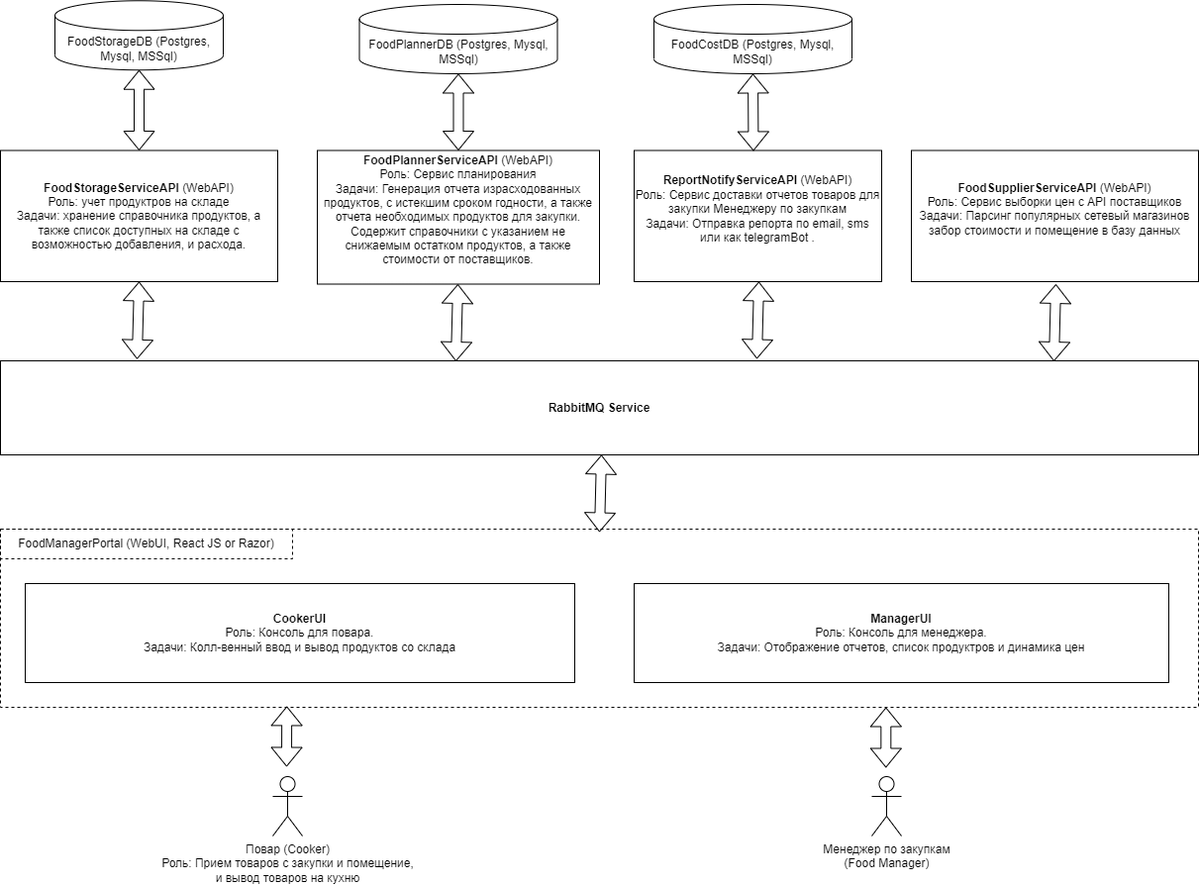
Earlier version of the draw.io export docs/food-manager.png (otusroom5/food-manager). Source tidied: cells renumbered, new cells last; positions are measured from the earlier drawing's top-left corner, leaving out a move shared by most shapes. Its diagram source:
```xml
<mxGraphModel>
  <root>
    <mxCell id="0" />
    <mxCell id="1" parent="0" />
    <mxCell id="2" value="FoodStorageDB (Postgres, Mysql, MSSql)" style="shape=cylinder3;whiteSpace=wrap;html=1;boundedLbl=1;backgroundOutline=1;size=15;" parent="1" vertex="1">
      <mxGeometry x="55" y="0.2" width="170" height="70" as="geometry" />
    </mxCell>
    <mxCell id="3" value="&lt;b&gt;FoodStorageServiceAPI&amp;nbsp;&lt;/b&gt;(WebAPI)&lt;br&gt;Роль: учет продуктров на складе&lt;br&gt;Задачи: хранение справочника продуктов, а также список доступных на складе с возможностью добавления, и расхода." style="rounded=0;whiteSpace=wrap;html=1;" parent="1" vertex="1">
      <mxGeometry y="151.5" width="280" height="132.5" as="geometry" />
    </mxCell>
    <mxCell id="4" value="&lt;b&gt;FoodPlannerServiceAPI&lt;/b&gt; (WebAPI)&lt;br&gt;Роль: Сервис планирования&lt;br&gt;Задачи: Генерация отчета израсходованных продуктов, c истекшим сроком годности, а также отчета необходимых продуктов для закупки. Содержит справочники с указанием не снижаемым остатком продуктов, а также стоимости от поставщиков.&lt;br&gt;&amp;nbsp;" style="rounded=0;whiteSpace=wrap;html=1;" parent="1" vertex="1">
      <mxGeometry x="320" y="151.5" width="285" height="135" as="geometry" />
    </mxCell>
    <mxCell id="5" value="Повар (Cooker)&lt;br&gt;Роль: Прием товаров с закупки и помещение, &lt;br&gt;и вывод товаров на кухню" style="shape=umlActor;verticalLabelPosition=bottom;verticalAlign=top;html=1;" parent="1" vertex="1">
      <mxGeometry x="275" y="784" width="30" height="60" as="geometry" />
    </mxCell>
    <mxCell id="6" value="Менеджер по закупкам&lt;br&gt;(Food Manager)" style="shape=umlActor;verticalLabelPosition=bottom;verticalAlign=top;html=1;" parent="1" vertex="1">
      <mxGeometry x="880" y="784" width="30" height="60" as="geometry" />
    </mxCell>
    <mxCell id="7" value="&lt;b&gt;ReportNotifyServiceAPI&lt;/b&gt;&amp;nbsp;(WebAPI)&lt;br&gt;Роль: Сервис доставки отчетов товаров для закупки Менеджеру по закупкам&lt;br&gt;Задачи: Отправка репорта по email, sms или как telegramBot .&lt;br&gt;&amp;nbsp;" style="rounded=0;whiteSpace=wrap;html=1;" parent="1" vertex="1">
      <mxGeometry x="640" y="151.5" width="250" height="132.5" as="geometry" />
    </mxCell>
    <mxCell id="8" style="shape=flexArrow;endArrow=classic;startArrow=classic;html=1;rounded=0;entryX=0.5;entryY=1;entryDx=0;entryDy=0;entryPerimeter=0;exitX=0.5;exitY=0;exitDx=0;exitDy=0;" parent="1" edge="1" source="3" target="2">
      <mxGeometry relative="1" as="geometry" />
    </mxCell>
    <mxCell id="9" value="FoodPlannerDB (Postgres, Mysql, MSSql)" style="shape=cylinder3;whiteSpace=wrap;html=1;boundedLbl=1;backgroundOutline=1;size=15;" parent="1" vertex="1">
      <mxGeometry x="362.5" y="4" width="200" height="70" as="geometry" />
    </mxCell>
    <mxCell id="10" style="shape=flexArrow;endArrow=classic;startArrow=classic;html=1;rounded=0;entryX=0.5;entryY=1;entryDx=0;entryDy=0;entryPerimeter=0;" parent="1" edge="1" source="4" target="9">
      <mxGeometry relative="1" as="geometry" />
    </mxCell>
    <mxCell id="11" style="rounded=0;whiteSpace=wrap;html=1;dashed=1;" parent="1" vertex="1">
      <mxGeometry y="534" width="1210" height="180" as="geometry" />
    </mxCell>
    <mxCell id="12" value="&lt;b&gt;CookerUI&lt;/b&gt;&lt;br&gt;Роль: Консоль для повара.&lt;br&gt;Задачи: Колл-венный ввод и вывод продуктов со склада" style="rounded=0;whiteSpace=wrap;html=1;" parent="1" vertex="1">
      <mxGeometry x="25" y="589" width="555" height="100" as="geometry" />
    </mxCell>
    <mxCell id="13" value="&lt;b&gt;ManagerUI&lt;/b&gt;&lt;br&gt;Роль: Консоль для менеджера.&lt;br&gt;Задачи: Отображение отчетов, список продуктров и динамика цен" style="rounded=0;whiteSpace=wrap;html=1;" parent="1" vertex="1">
      <mxGeometry x="640" y="589" width="540" height="100" as="geometry" />
    </mxCell>
    <mxCell id="14" value="FoodManagerPortal (WebUI, React JS or Razor)" style="text;html=1;strokeColor=default;fillColor=none;align=center;verticalAlign=middle;whiteSpace=wrap;rounded=0;dashed=1;" parent="1" vertex="1">
      <mxGeometry y="534" width="295" height="30" as="geometry" />
    </mxCell>
    <mxCell id="15" value="&lt;b&gt;FoodSupplierServiceAPI&lt;/b&gt; (WebAPI)&lt;br&gt;Роль: Сервис выборки цен с API поставщиков&lt;br&gt;Задачи: Парсинг популярных сетевый магазинов забор стоимости и помещение в базу данных&lt;br&gt;&amp;nbsp;" style="rounded=0;whiteSpace=wrap;html=1;" parent="1" vertex="1">
      <mxGeometry x="920" y="151.5" width="290" height="132.5" as="geometry" />
    </mxCell>
    <mxCell id="16" value="FoodCostDB (Postgres, Mysql, MSSql)" style="shape=cylinder3;whiteSpace=wrap;html=1;boundedLbl=1;backgroundOutline=1;size=15;" parent="1" vertex="1">
      <mxGeometry x="660" y="4" width="200" height="70" as="geometry" />
    </mxCell>
    <mxCell id="17" style="shape=flexArrow;endArrow=classic;startArrow=classic;html=1;rounded=0;entryX=0.5;entryY=1;entryDx=0;entryDy=0;entryPerimeter=0;" parent="1" edge="1" target="16">
      <mxGeometry relative="1" as="geometry">
        <mxPoint x="760.5" y="152" as="sourcePoint" />
      </mxGeometry>
    </mxCell>
    <mxCell id="18" value="&lt;b&gt;RabbitMQ Service&lt;br&gt;&lt;/b&gt;" style="rounded=0;whiteSpace=wrap;html=1;" parent="1" vertex="1">
      <mxGeometry y="364" width="1210" height="95" as="geometry" />
    </mxCell>
    <mxCell id="19" style="shape=flexArrow;endArrow=classic;startArrow=classic;html=1;rounded=0;exitX=0.114;exitY=-0.018;exitDx=0;exitDy=0;exitPerimeter=0;" parent="1" edge="1" source="18">
      <mxGeometry relative="1" as="geometry">
        <mxPoint x="140" y="284" as="targetPoint" />
      </mxGeometry>
    </mxCell>
    <mxCell id="20" style="shape=flexArrow;endArrow=classic;startArrow=classic;html=1;rounded=0;exitX=0.114;exitY=-0.018;exitDx=0;exitDy=0;exitPerimeter=0;" parent="1" edge="1">
      <mxGeometry relative="1" as="geometry">
        <mxPoint x="460" y="364.5" as="sourcePoint" />
        <mxPoint x="462" y="286.5" as="targetPoint" />
      </mxGeometry>
    </mxCell>
    <mxCell id="21" style="shape=flexArrow;endArrow=classic;startArrow=classic;html=1;rounded=0;exitX=0.114;exitY=-0.018;exitDx=0;exitDy=0;exitPerimeter=0;" parent="1" edge="1">
      <mxGeometry relative="1" as="geometry">
        <mxPoint x="764" y="362" as="sourcePoint" />
        <mxPoint x="766" y="284" as="targetPoint" />
      </mxGeometry>
    </mxCell>
    <mxCell id="22" style="shape=flexArrow;endArrow=classic;startArrow=classic;html=1;rounded=0;exitX=0.114;exitY=-0.018;exitDx=0;exitDy=0;exitPerimeter=0;" parent="1" edge="1">
      <mxGeometry relative="1" as="geometry">
        <mxPoint x="1064" y="364.5" as="sourcePoint" />
        <mxPoint x="1066" y="286.5" as="targetPoint" />
      </mxGeometry>
    </mxCell>
    <mxCell id="23" style="shape=flexArrow;endArrow=classic;startArrow=classic;html=1;rounded=0;exitX=0.114;exitY=-0.018;exitDx=0;exitDy=0;exitPerimeter=0;" parent="1" edge="1">
      <mxGeometry relative="1" as="geometry">
        <mxPoint x="605" y="537" as="sourcePoint" />
        <mxPoint x="607" y="459" as="targetPoint" />
      </mxGeometry>
    </mxCell>
    <mxCell id="24" style="shape=flexArrow;endArrow=classic;startArrow=classic;html=1;rounded=0;entryX=0.239;entryY=0.994;entryDx=0;entryDy=0;entryPerimeter=0;" parent="1" edge="1" target="11">
      <mxGeometry relative="1" as="geometry">
        <mxPoint x="289" y="774" as="sourcePoint" />
      </mxGeometry>
    </mxCell>
    <mxCell id="25" style="shape=flexArrow;endArrow=classic;startArrow=classic;html=1;rounded=0;entryX=0.239;entryY=0.994;entryDx=0;entryDy=0;entryPerimeter=0;" parent="1" edge="1">
      <mxGeometry relative="1" as="geometry">
        <mxPoint x="894.3" y="775" as="sourcePoint" />
        <mxPoint x="894.3" y="714" as="targetPoint" />
      </mxGeometry>
    </mxCell>
  </root>
</mxGraphModel>
```
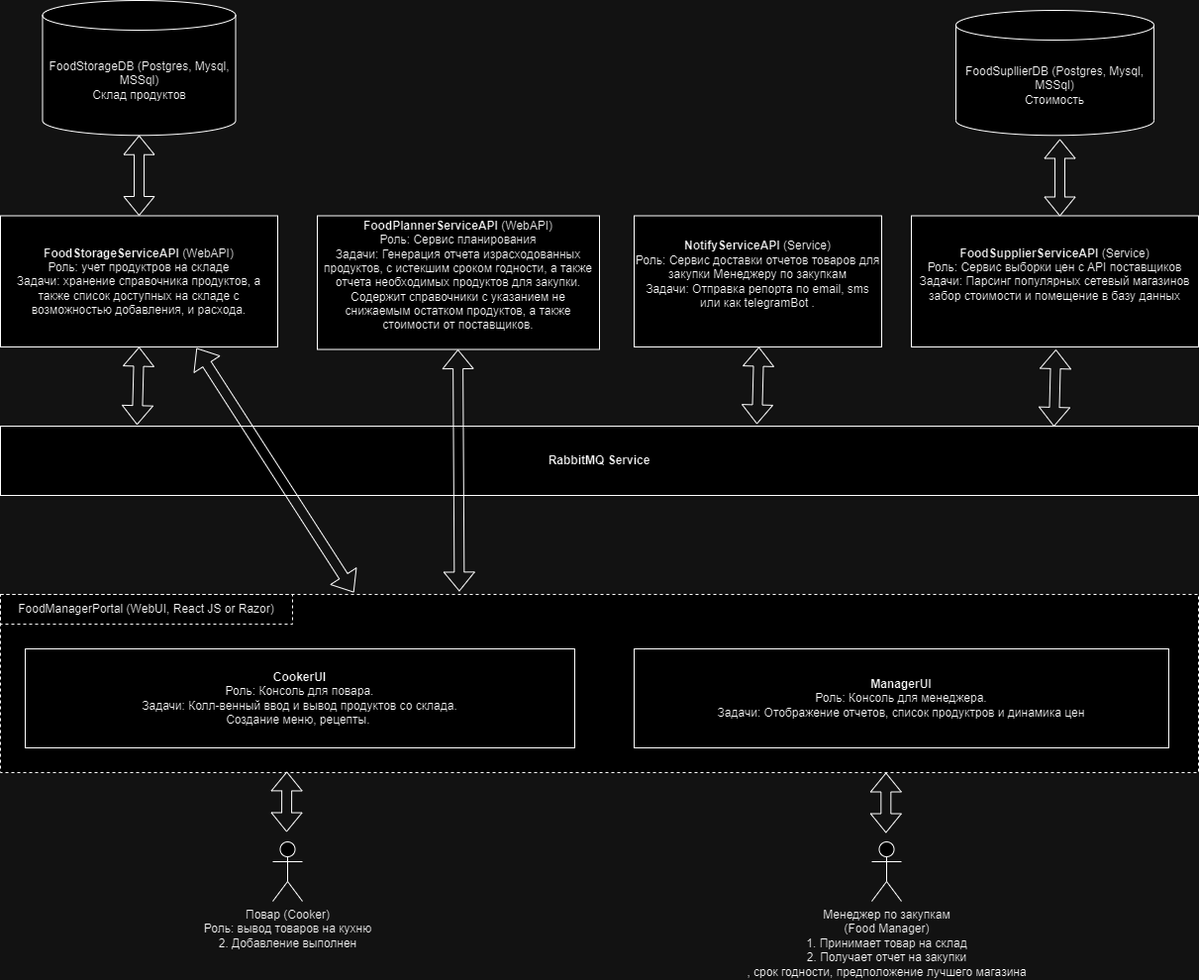
Later version of the same file.

Commit message:
Updated food-manager picture

Change to the diagram source:
```diff
@@ -2,8 +2,8 @@
   <root>
     <mxCell id="0" />
     <mxCell id="1" parent="0" />
-    <mxCell id="2" value="FoodStorageDB (Postgres, Mysql, MSSql)" style="shape=cylinder3;whiteSpace=wrap;html=1;boundedLbl=1;backgroundOutline=1;size=15;" parent="1" vertex="1">
-      <mxGeometry x="55" y="0.2" width="170" height="70" as="geometry" />
+    <mxCell id="2" value="FoodStorageDB (Postgres, Mysql, MSSql)&lt;br&gt;Склад продуктов" style="shape=cylinder3;whiteSpace=wrap;html=1;boundedLbl=1;backgroundOutline=1;size=15;" parent="1" vertex="1">
+      <mxGeometry x="42.5" y="-66" width="195" height="136.2" as="geometry" />
     </mxCell>
     <mxCell id="3" value="&lt;b&gt;FoodStorageServiceAPI&amp;nbsp;&lt;/b&gt;(WebAPI)&lt;br&gt;Роль: учет продуктров на складе&lt;br&gt;Задачи: хранение справочника продуктов, а также список доступных на складе с возможностью добавления, и расхода." style="rounded=0;whiteSpace=wrap;html=1;" parent="1" vertex="1">
       <mxGeometry y="151.5" width="280" height="132.5" as="geometry" />
@@ -11,28 +11,22 @@
     <mxCell id="4" value="&lt;b&gt;FoodPlannerServiceAPI&lt;/b&gt; (WebAPI)&lt;br&gt;Роль: Сервис планирования&lt;br&gt;Задачи: Генерация отчета израсходованных продуктов, c истекшим сроком годности, а также отчета необходимых продуктов для закупки. Содержит справочники с указанием не снижаемым остатком продуктов, а также стоимости от поставщиков.&lt;br&gt;&amp;nbsp;" style="rounded=0;whiteSpace=wrap;html=1;" parent="1" vertex="1">
       <mxGeometry x="320" y="151.5" width="285" height="135" as="geometry" />
     </mxCell>
-    <mxCell id="5" value="Повар (Cooker)&lt;br&gt;Роль: Прием товаров с закупки и помещение, &lt;br&gt;и вывод товаров на кухню" style="shape=umlActor;verticalLabelPosition=bottom;verticalAlign=top;html=1;" parent="1" vertex="1">
+    <mxCell id="5" value="Повар (Cooker)&lt;br&gt;Роль: вывод товаров на кухню&lt;br&gt;2. Добавление выполнен" style="shape=umlActor;verticalLabelPosition=bottom;verticalAlign=top;html=1;" parent="1" vertex="1">
       <mxGeometry x="275" y="784" width="30" height="60" as="geometry" />
     </mxCell>
-    <mxCell id="6" value="Менеджер по закупкам&lt;br&gt;(Food Manager)" style="shape=umlActor;verticalLabelPosition=bottom;verticalAlign=top;html=1;" parent="1" vertex="1">
+    <mxCell id="6" value="Менеджер по закупкам&lt;br&gt;(Food Manager)&lt;br&gt;1. Принимает товар на склад&lt;br&gt;2. Получает отчет на закупки&lt;br&gt;, срок годности, предположение лучшего магазина" style="shape=umlActor;verticalLabelPosition=bottom;verticalAlign=top;html=1;" parent="1" vertex="1">
       <mxGeometry x="880" y="784" width="30" height="60" as="geometry" />
     </mxCell>
-    <mxCell id="7" value="&lt;b&gt;ReportNotifyServiceAPI&lt;/b&gt;&amp;nbsp;(WebAPI)&lt;br&gt;Роль: Сервис доставки отчетов товаров для закупки Менеджеру по закупкам&lt;br&gt;Задачи: Отправка репорта по email, sms или как telegramBot .&lt;br&gt;&amp;nbsp;" style="rounded=0;whiteSpace=wrap;html=1;" parent="1" vertex="1">
+    <mxCell id="7" value="&lt;b&gt;NotifyServiceAPI&lt;/b&gt;&amp;nbsp;(Service)&lt;br&gt;Роль: Сервис доставки отчетов товаров для закупки Менеджеру по закупкам&lt;br&gt;Задачи: Отправка репорта по email, sms или как telegramBot .&lt;br&gt;&amp;nbsp;" style="rounded=0;whiteSpace=wrap;html=1;" parent="1" vertex="1">
       <mxGeometry x="640" y="151.5" width="250" height="132.5" as="geometry" />
     </mxCell>
     <mxCell id="8" style="shape=flexArrow;endArrow=classic;startArrow=classic;html=1;rounded=0;entryX=0.5;entryY=1;entryDx=0;entryDy=0;entryPerimeter=0;exitX=0.5;exitY=0;exitDx=0;exitDy=0;" parent="1" edge="1" source="3" target="2">
       <mxGeometry relative="1" as="geometry" />
     </mxCell>
-    <mxCell id="9" value="FoodPlannerDB (Postgres, Mysql, MSSql)" style="shape=cylinder3;whiteSpace=wrap;html=1;boundedLbl=1;backgroundOutline=1;size=15;" parent="1" vertex="1">
-      <mxGeometry x="362.5" y="4" width="200" height="70" as="geometry" />
-    </mxCell>
-    <mxCell id="10" style="shape=flexArrow;endArrow=classic;startArrow=classic;html=1;rounded=0;entryX=0.5;entryY=1;entryDx=0;entryDy=0;entryPerimeter=0;" parent="1" edge="1" source="4" target="9">
-      <mxGeometry relative="1" as="geometry" />
-    </mxCell>
     <mxCell id="11" style="rounded=0;whiteSpace=wrap;html=1;dashed=1;" parent="1" vertex="1">
       <mxGeometry y="534" width="1210" height="180" as="geometry" />
     </mxCell>
-    <mxCell id="12" value="&lt;b&gt;CookerUI&lt;/b&gt;&lt;br&gt;Роль: Консоль для повара.&lt;br&gt;Задачи: Колл-венный ввод и вывод продуктов со склада" style="rounded=0;whiteSpace=wrap;html=1;" parent="1" vertex="1">
+    <mxCell id="12" value="&lt;b&gt;CookerUI&lt;/b&gt;&lt;br&gt;Роль: Консоль для повара.&lt;br&gt;Задачи: Колл-венный ввод и вывод продуктов со склада. &lt;br&gt;Создание меню, рецепты.&amp;nbsp;" style="rounded=0;whiteSpace=wrap;html=1;" parent="1" vertex="1">
       <mxGeometry x="25" y="589" width="555" height="100" as="geometry" />
     </mxCell>
     <mxCell id="13" value="&lt;b&gt;ManagerUI&lt;/b&gt;&lt;br&gt;Роль: Консоль для менеджера.&lt;br&gt;Задачи: Отображение отчетов, список продуктров и динамика цен" style="rounded=0;whiteSpace=wrap;html=1;" parent="1" vertex="1">
@@ -41,28 +35,19 @@
     <mxCell id="14" value="FoodManagerPortal (WebUI, React JS or Razor)" style="text;html=1;strokeColor=default;fillColor=none;align=center;verticalAlign=middle;whiteSpace=wrap;rounded=0;dashed=1;" parent="1" vertex="1">
       <mxGeometry y="534" width="295" height="30" as="geometry" />
     </mxCell>
-    <mxCell id="15" value="&lt;b&gt;FoodSupplierServiceAPI&lt;/b&gt; (WebAPI)&lt;br&gt;Роль: Сервис выборки цен с API поставщиков&lt;br&gt;Задачи: Парсинг популярных сетевый магазинов забор стоимости и помещение в базу данных&lt;br&gt;&amp;nbsp;" style="rounded=0;whiteSpace=wrap;html=1;" parent="1" vertex="1">
+    <mxCell id="15" value="&lt;b&gt;FoodSupplierServiceAPI&lt;/b&gt; (Service)&lt;br&gt;Роль: Сервис выборки цен с API поставщиков&lt;br&gt;Задачи: Парсинг популярных сетевый магазинов забор стоимости и помещение в базу данных&lt;br&gt;&amp;nbsp;" style="rounded=0;whiteSpace=wrap;html=1;" parent="1" vertex="1">
       <mxGeometry x="920" y="151.5" width="290" height="132.5" as="geometry" />
     </mxCell>
-    <mxCell id="16" value="FoodCostDB (Postgres, Mysql, MSSql)" style="shape=cylinder3;whiteSpace=wrap;html=1;boundedLbl=1;backgroundOutline=1;size=15;" parent="1" vertex="1">
-      <mxGeometry x="660" y="4" width="200" height="70" as="geometry" />
-    </mxCell>
-    <mxCell id="17" style="shape=flexArrow;endArrow=classic;startArrow=classic;html=1;rounded=0;entryX=0.5;entryY=1;entryDx=0;entryDy=0;entryPerimeter=0;" parent="1" edge="1" target="16">
-      <mxGeometry relative="1" as="geometry">
-        <mxPoint x="760.5" y="152" as="sourcePoint" />
-      </mxGeometry>
-    </mxCell>
     <mxCell id="18" value="&lt;b&gt;RabbitMQ Service&lt;br&gt;&lt;/b&gt;" style="rounded=0;whiteSpace=wrap;html=1;" parent="1" vertex="1">
-      <mxGeometry y="364" width="1210" height="95" as="geometry" />
+      <mxGeometry y="364" width="1210" height="70" as="geometry" />
     </mxCell>
     <mxCell id="19" style="shape=flexArrow;endArrow=classic;startArrow=classic;html=1;rounded=0;exitX=0.114;exitY=-0.018;exitDx=0;exitDy=0;exitPerimeter=0;" parent="1" edge="1" source="18">
       <mxGeometry relative="1" as="geometry">
         <mxPoint x="140" y="284" as="targetPoint" />
       </mxGeometry>
     </mxCell>
-    <mxCell id="20" style="shape=flexArrow;endArrow=classic;startArrow=classic;html=1;rounded=0;exitX=0.114;exitY=-0.018;exitDx=0;exitDy=0;exitPerimeter=0;" parent="1" edge="1">
+    <mxCell id="20" style="shape=flexArrow;endArrow=classic;startArrow=classic;html=1;rounded=0;exitX=0.383;exitY=-0.017;exitDx=0;exitDy=0;exitPerimeter=0;" parent="1" edge="1" source="11">
       <mxGeometry relative="1" as="geometry">
-        <mxPoint x="460" y="364.5" as="sourcePoint" />
         <mxPoint x="462" y="286.5" as="targetPoint" />
       </mxGeometry>
     </mxCell>
@@ -78,12 +63,6 @@
         <mxPoint x="1066" y="286.5" as="targetPoint" />
       </mxGeometry>
     </mxCell>
-    <mxCell id="23" style="shape=flexArrow;endArrow=classic;startArrow=classic;html=1;rounded=0;exitX=0.114;exitY=-0.018;exitDx=0;exitDy=0;exitPerimeter=0;" parent="1" edge="1">
-      <mxGeometry relative="1" as="geometry">
-        <mxPoint x="605" y="537" as="sourcePoint" />
-        <mxPoint x="607" y="459" as="targetPoint" />
-      </mxGeometry>
-    </mxCell>
     <mxCell id="24" style="shape=flexArrow;endArrow=classic;startArrow=classic;html=1;rounded=0;entryX=0.239;entryY=0.994;entryDx=0;entryDy=0;entryPerimeter=0;" parent="1" edge="1" target="11">
       <mxGeometry relative="1" as="geometry">
         <mxPoint x="289" y="774" as="sourcePoint" />
@@ -95,5 +74,17 @@
         <mxPoint x="894.3" y="714" as="targetPoint" />
       </mxGeometry>
     </mxCell>
+    <mxCell id="26" style="shape=flexArrow;endArrow=classic;startArrow=classic;html=1;rounded=0;entryX=0.707;entryY=1.008;entryDx=0;entryDy=0;entryPerimeter=0;exitX=0.295;exitY=-0.011;exitDx=0;exitDy=0;exitPerimeter=0;" parent="1" edge="1" source="11" target="3">
+      <mxGeometry relative="1" as="geometry" />
+    </mxCell>
+    <mxCell id="27" value="FoodSupllierDB (Postgres, Mysql, MSSql)&lt;br&gt;Стоимость" style="shape=cylinder3;whiteSpace=wrap;html=1;boundedLbl=1;backgroundOutline=1;size=15;" parent="1" vertex="1">
+      <mxGeometry x="965" y="-56" width="200" height="126.2" as="geometry" />
+    </mxCell>
+    <mxCell id="28" style="shape=flexArrow;endArrow=classic;startArrow=classic;html=1;rounded=0;entryX=0.5;entryY=1;entryDx=0;entryDy=0;entryPerimeter=0;" parent="1" edge="1">
+      <mxGeometry relative="1" as="geometry">
+        <mxPoint x="1070" y="152" as="sourcePoint" />
+        <mxPoint x="1070" y="74" as="targetPoint" />
+      </mxGeometry>
+    </mxCell>
   </root>
 </mxGraphModel>
```
